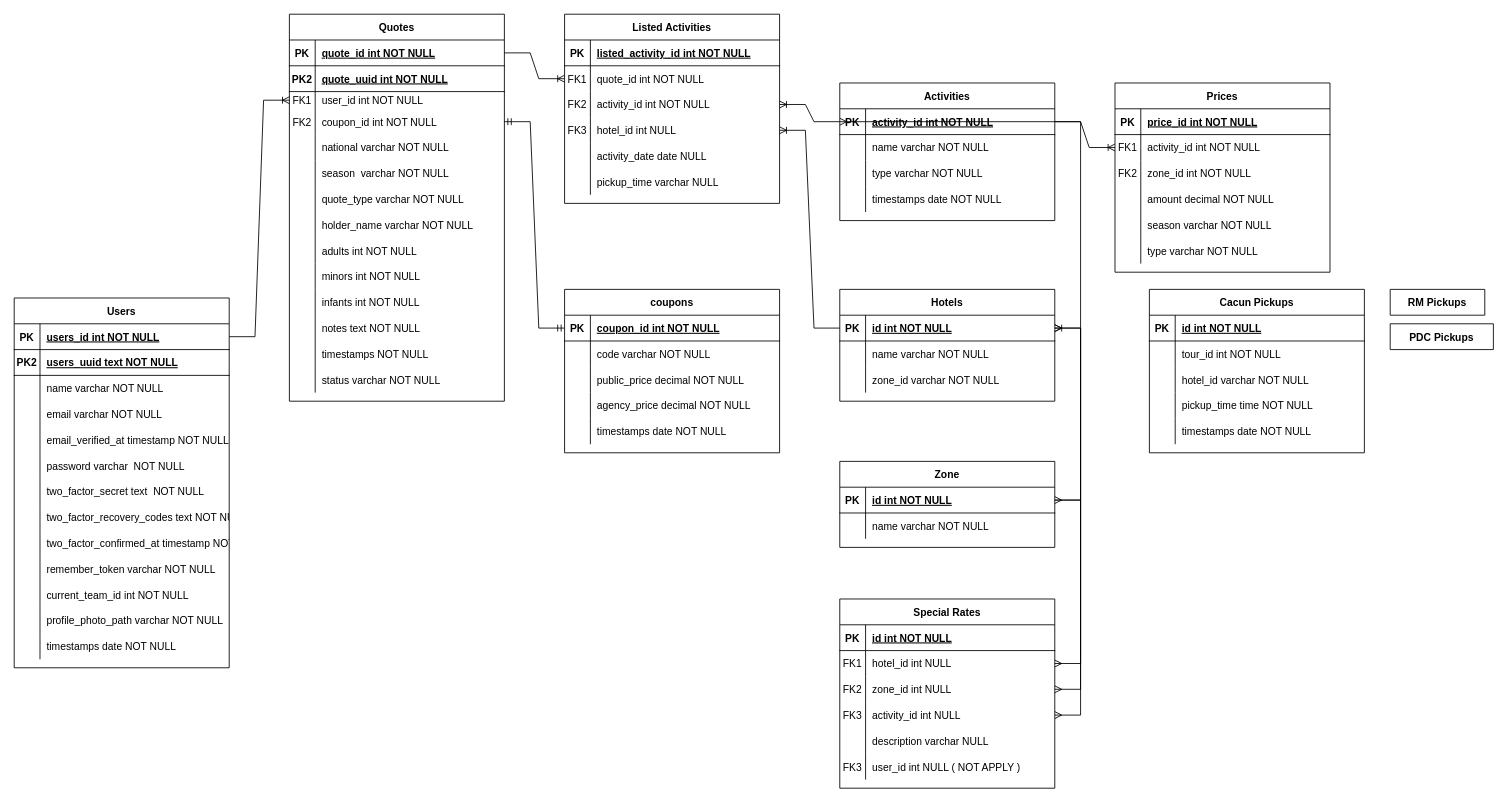
Above: Diagrama sin título.drawio in Pcbtroniks/quote (draw.io), before the change. Source tidied: cells renumbered, new cells numbered last; positions are measured from the earlier drawing's top-left corner, leaving out a move shared by most shapes. Both pictures are drawn from the tidied source at 86%, with x=0, y=0 at pixel (14, 14).
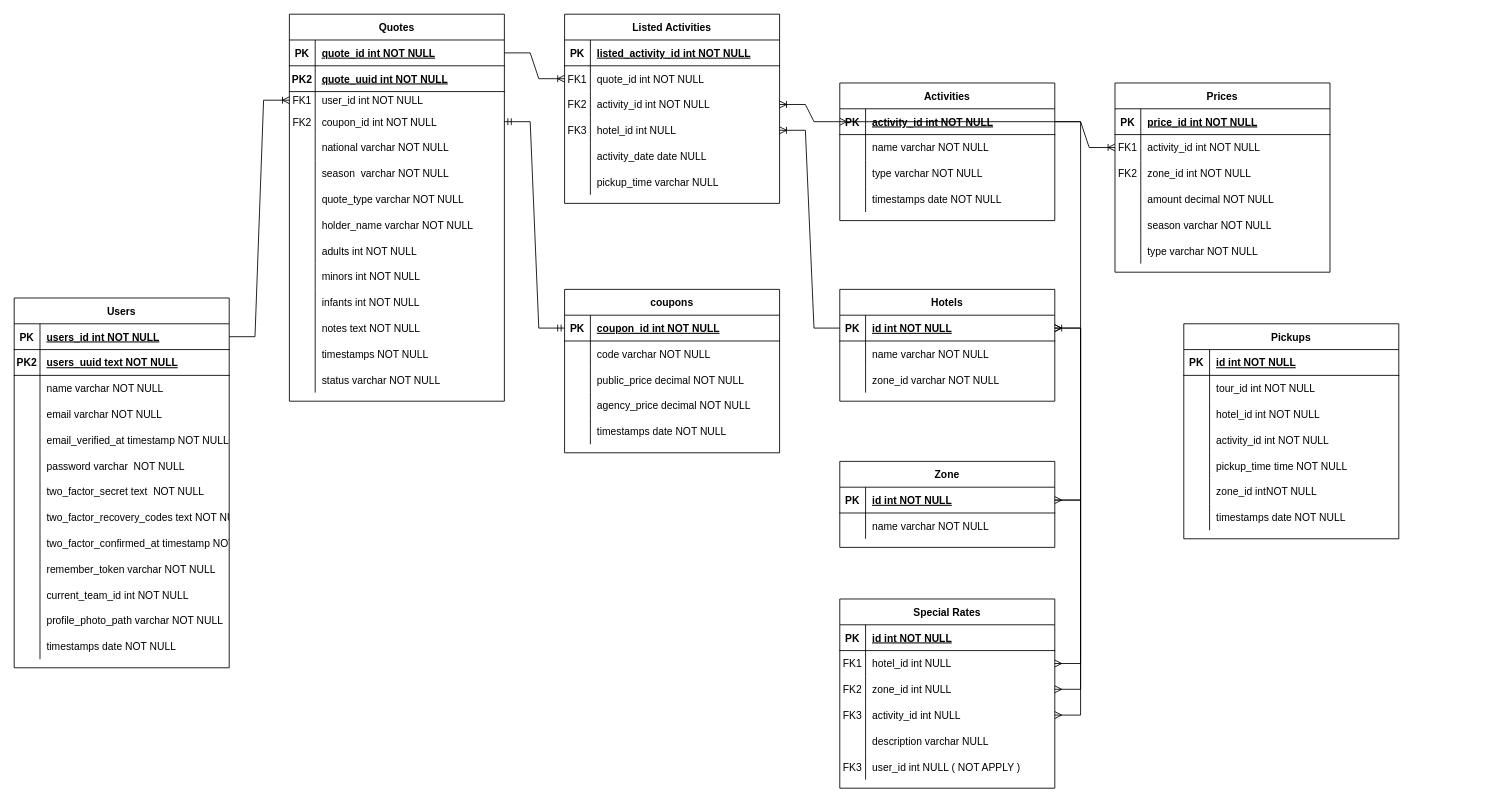
The same diagram, later.

Commit message:
Pickups table added

Unchanged cells that the change refers to:
```xml
<mxCell id="159" style="shape=partialRectangle;fillColor=none;top=0;left=0;right=0;bottom=0;" parent="152" vertex="1">
  <mxGeometry y="90" width="250" height="30" as="geometry" />
</mxCell>
```

Diff of the diagram source:
```diff
@@
-    <mxCell id="152" value="Cacun Pickups" style="shape=table;startSize=30;childLayout=tableLayout;rowLines=0;fontStyle=1;align=center;" parent="1" vertex="1">
-      <mxGeometry x="1320" y="320" width="250" height="190" as="geometry" />
+    <mxCell id="152" value="Pickups" style="shape=table;startSize=30;childLayout=tableLayout;rowLines=0;fontStyle=1;align=center;" parent="1" vertex="1">
+      <mxGeometry x="1360" y="360" width="250" height="250" as="geometry" />
     </mxCell>
@@
-    <mxCell id="161" value="hotel_id varchar NOT NULL" style="shape=partialRectangle;overflow=hidden;fillColor=none;top=0;left=0;bottom=0;right=0;align=left;spacingLeft=6;" parent="159" vertex="1">
+    <mxCell id="161" value="hotel_id int NOT NULL" style="shape=partialRectangle;overflow=hidden;fillColor=none;top=0;left=0;bottom=0;right=0;align=left;spacingLeft=6;" parent="159" vertex="1">
       <mxGeometry x="30" width="220" height="30" as="geometry" />
     </mxCell>
+    <mxCell id="216" style="shape=partialRectangle;fillColor=none;top=0;left=0;right=0;bottom=0;" parent="152" vertex="1">
+      <mxGeometry y="120" width="250" height="30" as="geometry" />
+    </mxCell>
+    <mxCell id="217" style="shape=partialRectangle;overflow=hidden;fillColor=none;top=0;left=0;bottom=0;right=0;" parent="216" vertex="1">
+      <mxGeometry width="30" height="30" as="geometry" />
+    </mxCell>
+    <mxCell id="218" value="activity_id int NOT NULL" style="shape=partialRectangle;overflow=hidden;fillColor=none;top=0;left=0;bottom=0;right=0;align=left;spacingLeft=6;" parent="216" vertex="1">
+      <mxGeometry x="30" width="220" height="30" as="geometry" />
+    </mxCell>
     <mxCell id="162" style="shape=partialRectangle;fillColor=none;top=0;left=0;right=0;bottom=0;" parent="152" vertex="1">
-      <mxGeometry y="120" width="250" height="30" as="geometry" />
+      <mxGeometry y="150" width="250" height="30" as="geometry" />
     </mxCell>
@@
+    <mxCell id="219" style="shape=partialRectangle;fillColor=none;top=0;left=0;right=0;bottom=0;" parent="152" vertex="1">
+      <mxGeometry y="180" width="250" height="30" as="geometry" />
+    </mxCell>
+    <mxCell id="220" style="shape=partialRectangle;overflow=hidden;fillColor=none;top=0;left=0;bottom=0;right=0;" parent="219" vertex="1">
+      <mxGeometry width="30" height="30" as="geometry" />
+    </mxCell>
+    <mxCell id="221" value="zone_id intNOT NULL" style="shape=partialRectangle;overflow=hidden;fillColor=none;top=0;left=0;bottom=0;right=0;align=left;spacingLeft=6;" parent="219" vertex="1">
+      <mxGeometry x="30" width="220" height="30" as="geometry" />
+    </mxCell>
     <mxCell id="165" style="shape=partialRectangle;fillColor=none;top=0;left=0;right=0;bottom=0;" parent="152" vertex="1">
-      <mxGeometry y="150" width="250" height="30" as="geometry" />
+      <mxGeometry y="210" width="250" height="30" as="geometry" />
     </mxCell>
@@
-    <mxCell id="192" value="RM Pickups" style="shape=table;startSize=30;childLayout=tableLayout;rowLines=0;fontStyle=1;align=center;" parent="1" vertex="1" collapsed="1">
-      <mxGeometry x="1600" y="320" width="110" height="30" as="geometry" />
-    </mxCell>
-    <mxCell id="193" value="PDC Pickups" style="shape=table;startSize=30;childLayout=tableLayout;rowLines=0;fontStyle=1;align=center;" parent="1" vertex="1" collapsed="1">
-      <mxGeometry x="1600" y="360" width="120" height="30" as="geometry" />
-    </mxCell>
```
